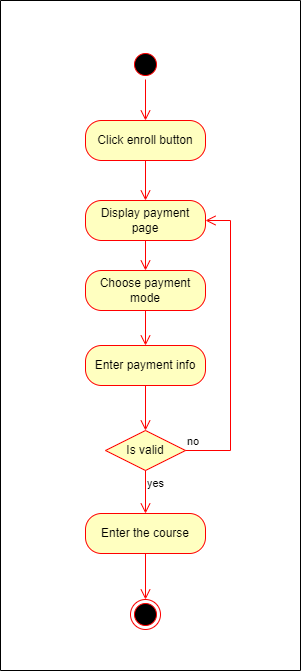
The draw.io diagram Materials/Activity Diagrams/AD_Enroll Course.png in iprosenjitp/Tech-School, before a commit. Source tidied: cells renumbered, new cells last; positions are measured from the earlier drawing's top-left corner, leaving out a move shared by most shapes. The source it was exported from:
```xml
<mxGraphModel background="#ffffff">
  <root>
    <mxCell id="0" />
    <mxCell id="1" parent="0" />
    <mxCell id="2" style="ellipse;html=1;shape=startState;fillColor=#000000;strokeColor=#ff0000;" parent="1" vertex="1">
      <mxGeometry x="130" y="49" width="30" height="30" as="geometry" />
    </mxCell>
    <mxCell id="3" style="edgeStyle=orthogonalEdgeStyle;html=1;verticalAlign=bottom;endArrow=open;endSize=8;strokeColor=#ff0000;rounded=0;" parent="1" edge="1" source="2">
      <mxGeometry relative="1" as="geometry">
        <mxPoint x="145" y="120" as="targetPoint" />
      </mxGeometry>
    </mxCell>
    <mxCell id="4" value="Click enroll button" style="rounded=1;whiteSpace=wrap;html=1;arcSize=40;fontColor=#000000;fillColor=#ffffc0;strokeColor=#ff0000;" parent="1" vertex="1">
      <mxGeometry x="85" y="120" width="120" height="40" as="geometry" />
    </mxCell>
    <mxCell id="5" style="edgeStyle=orthogonalEdgeStyle;html=1;verticalAlign=bottom;endArrow=open;endSize=8;strokeColor=#ff0000;rounded=0;" parent="1" edge="1" source="4" target="14">
      <mxGeometry relative="1" as="geometry" />
    </mxCell>
    <mxCell id="6" value="Choose payment mode" style="rounded=1;whiteSpace=wrap;html=1;arcSize=40;fontColor=#000000;fillColor=#ffffc0;strokeColor=#ff0000;" parent="1" vertex="1">
      <mxGeometry x="85" y="270" width="120" height="40" as="geometry" />
    </mxCell>
    <mxCell id="7" style="edgeStyle=orthogonalEdgeStyle;html=1;verticalAlign=bottom;endArrow=open;endSize=8;strokeColor=#ff0000;rounded=0;entryX=0.5;entryY=0;entryDx=0;entryDy=0;" parent="1" edge="1" source="6" target="8">
      <mxGeometry relative="1" as="geometry" />
    </mxCell>
    <mxCell id="8" value="Enter payment info" style="rounded=1;whiteSpace=wrap;html=1;arcSize=40;fontColor=#000000;fillColor=#ffffc0;strokeColor=#ff0000;" parent="1" vertex="1">
      <mxGeometry x="85" y="345" width="120" height="40" as="geometry" />
    </mxCell>
    <mxCell id="9" style="edgeStyle=orthogonalEdgeStyle;html=1;verticalAlign=bottom;endArrow=open;endSize=8;strokeColor=#ff0000;rounded=0;entryX=0.5;entryY=0;entryDx=0;entryDy=0;" parent="1" edge="1" source="8" target="10">
      <mxGeometry relative="1" as="geometry" />
    </mxCell>
    <mxCell id="10" value="Is valid" style="rhombus;whiteSpace=wrap;html=1;fontColor=#000000;fillColor=#ffffc0;strokeColor=#ff0000;" parent="1" vertex="1">
      <mxGeometry x="105" y="430" width="80" height="40" as="geometry" />
    </mxCell>
    <mxCell id="11" value="no" style="edgeStyle=orthogonalEdgeStyle;html=1;align=left;verticalAlign=bottom;endArrow=open;endSize=8;strokeColor=#ff0000;rounded=0;entryX=1;entryY=0.5;entryDx=0;entryDy=0;" parent="1" edge="1" source="10" target="14">
      <mxGeometry x="-1" relative="1" as="geometry">
        <Array as="points">
          <mxPoint x="230" y="450" />
          <mxPoint x="230" y="220" />
        </Array>
      </mxGeometry>
    </mxCell>
    <mxCell id="12" value="yes" style="edgeStyle=orthogonalEdgeStyle;html=1;align=left;verticalAlign=top;endArrow=open;endSize=8;strokeColor=#ff0000;rounded=0;entryX=0.5;entryY=0;entryDx=0;entryDy=0;" parent="1" edge="1" source="10" target="15">
      <mxGeometry x="-1" relative="1" as="geometry" />
    </mxCell>
    <mxCell id="13" style="edgeStyle=orthogonalEdgeStyle;rounded=0;jettySize=auto;html=1;entryX=0.5;entryY=0;entryDx=0;entryDy=0;endArrow=open;endFill=0;endSize=8;strokeColor=#FF0000;" parent="1" edge="1" source="14" target="6">
      <mxGeometry relative="1" as="geometry" />
    </mxCell>
    <mxCell id="14" value="Display payment page" style="rounded=1;whiteSpace=wrap;html=1;arcSize=40;fontColor=#000000;fillColor=#ffffc0;strokeColor=#ff0000;" parent="1" vertex="1">
      <mxGeometry x="85" y="200" width="120" height="40" as="geometry" />
    </mxCell>
    <mxCell id="15" value="Enter the course" style="rounded=1;whiteSpace=wrap;html=1;arcSize=40;fontColor=#000000;fillColor=#ffffc0;strokeColor=#ff0000;" parent="1" vertex="1">
      <mxGeometry x="85" y="513" width="120" height="40" as="geometry" />
    </mxCell>
    <mxCell id="16" style="edgeStyle=orthogonalEdgeStyle;html=1;verticalAlign=bottom;endArrow=open;endSize=8;strokeColor=#ff0000;rounded=0;entryX=0.5;entryY=0;entryDx=0;entryDy=0;" parent="1" edge="1" source="15" target="17">
      <mxGeometry relative="1" as="geometry" />
    </mxCell>
    <mxCell id="17" style="ellipse;html=1;shape=endState;fillColor=#000000;strokeColor=#ff0000;" parent="1" vertex="1">
      <mxGeometry x="130" y="599" width="30" height="30" as="geometry" />
    </mxCell>
    <mxCell id="18" style="swimlane;startSize=0;" parent="1" vertex="1">
      <mxGeometry width="300" height="670" as="geometry" />
    </mxCell>
  </root>
</mxGraphModel>
```
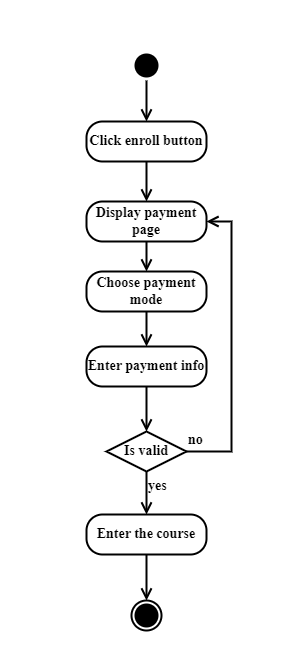
After the change.

Change to the diagram source:
```diff
@@ -2,36 +2,36 @@
   <root>
     <mxCell id="0" />
     <mxCell id="1" parent="0" />
-    <mxCell id="2" style="ellipse;html=1;shape=startState;fillColor=#000000;strokeColor=#ff0000;" parent="1" vertex="1">
+    <mxCell id="2" style="ellipse;html=1;shape=startState;fontSize=14;fontStyle=1;strokeWidth=2;fillColor=#000000;fontFamily=Times New Roman;" parent="1" vertex="1">
       <mxGeometry x="130" y="49" width="30" height="30" as="geometry" />
     </mxCell>
-    <mxCell id="3" style="edgeStyle=orthogonalEdgeStyle;html=1;verticalAlign=bottom;endArrow=open;endSize=8;strokeColor=#ff0000;rounded=0;" parent="1" edge="1" source="2">
+    <mxCell id="3" style="edgeStyle=orthogonalEdgeStyle;html=1;verticalAlign=bottom;endArrow=open;endSize=8;rounded=0;fontSize=14;fontStyle=1;strokeWidth=2;fontFamily=Times New Roman;" parent="1" edge="1" source="2">
       <mxGeometry relative="1" as="geometry">
         <mxPoint x="145" y="120" as="targetPoint" />
       </mxGeometry>
     </mxCell>
-    <mxCell id="4" value="Click enroll button" style="rounded=1;whiteSpace=wrap;html=1;arcSize=40;fontColor=#000000;fillColor=#ffffc0;strokeColor=#ff0000;" parent="1" vertex="1">
+    <mxCell id="4" value="Click enroll button" style="rounded=1;whiteSpace=wrap;html=1;arcSize=40;fontSize=14;fontStyle=1;strokeWidth=2;fontFamily=Times New Roman;" parent="1" vertex="1">
       <mxGeometry x="85" y="120" width="120" height="40" as="geometry" />
     </mxCell>
-    <mxCell id="5" style="edgeStyle=orthogonalEdgeStyle;html=1;verticalAlign=bottom;endArrow=open;endSize=8;strokeColor=#ff0000;rounded=0;" parent="1" edge="1" source="4" target="14">
+    <mxCell id="5" style="edgeStyle=orthogonalEdgeStyle;html=1;verticalAlign=bottom;endArrow=open;endSize=8;rounded=0;fontSize=14;fontStyle=1;strokeWidth=2;fontFamily=Times New Roman;" parent="1" edge="1" source="4" target="14">
       <mxGeometry relative="1" as="geometry" />
     </mxCell>
-    <mxCell id="6" value="Choose payment mode" style="rounded=1;whiteSpace=wrap;html=1;arcSize=40;fontColor=#000000;fillColor=#ffffc0;strokeColor=#ff0000;" parent="1" vertex="1">
+    <mxCell id="6" value="Choose payment mode" style="rounded=1;whiteSpace=wrap;html=1;arcSize=40;fontSize=14;fontStyle=1;strokeWidth=2;fontFamily=Times New Roman;" parent="1" vertex="1">
       <mxGeometry x="85" y="270" width="120" height="40" as="geometry" />
     </mxCell>
-    <mxCell id="7" style="edgeStyle=orthogonalEdgeStyle;html=1;verticalAlign=bottom;endArrow=open;endSize=8;strokeColor=#ff0000;rounded=0;entryX=0.5;entryY=0;entryDx=0;entryDy=0;" parent="1" edge="1" source="6" target="8">
+    <mxCell id="7" style="edgeStyle=orthogonalEdgeStyle;html=1;verticalAlign=bottom;endArrow=open;endSize=8;rounded=0;entryX=0.5;entryY=0;entryDx=0;entryDy=0;fontSize=14;fontStyle=1;strokeWidth=2;fontFamily=Times New Roman;" parent="1" edge="1" source="6" target="8">
       <mxGeometry relative="1" as="geometry" />
     </mxCell>
-    <mxCell id="8" value="Enter payment info" style="rounded=1;whiteSpace=wrap;html=1;arcSize=40;fontColor=#000000;fillColor=#ffffc0;strokeColor=#ff0000;" parent="1" vertex="1">
+    <mxCell id="8" value="Enter payment info" style="rounded=1;whiteSpace=wrap;html=1;arcSize=40;fontSize=14;fontStyle=1;strokeWidth=2;fontFamily=Times New Roman;" parent="1" vertex="1">
       <mxGeometry x="85" y="345" width="120" height="40" as="geometry" />
     </mxCell>
-    <mxCell id="9" style="edgeStyle=orthogonalEdgeStyle;html=1;verticalAlign=bottom;endArrow=open;endSize=8;strokeColor=#ff0000;rounded=0;entryX=0.5;entryY=0;entryDx=0;entryDy=0;" parent="1" edge="1" source="8" target="10">
+    <mxCell id="9" style="edgeStyle=orthogonalEdgeStyle;html=1;verticalAlign=bottom;endArrow=open;endSize=8;rounded=0;entryX=0.5;entryY=0;entryDx=0;entryDy=0;fontSize=14;fontStyle=1;strokeWidth=2;fontFamily=Times New Roman;" parent="1" edge="1" source="8" target="10">
       <mxGeometry relative="1" as="geometry" />
     </mxCell>
-    <mxCell id="10" value="Is valid" style="rhombus;whiteSpace=wrap;html=1;fontColor=#000000;fillColor=#ffffc0;strokeColor=#ff0000;" parent="1" vertex="1">
+    <mxCell id="10" value="Is valid" style="rhombus;whiteSpace=wrap;html=1;fontSize=14;fontStyle=1;strokeWidth=2;fontFamily=Times New Roman;" parent="1" vertex="1">
       <mxGeometry x="105" y="430" width="80" height="40" as="geometry" />
     </mxCell>
-    <mxCell id="11" value="no" style="edgeStyle=orthogonalEdgeStyle;html=1;align=left;verticalAlign=bottom;endArrow=open;endSize=8;strokeColor=#ff0000;rounded=0;entryX=1;entryY=0.5;entryDx=0;entryDy=0;" parent="1" edge="1" source="10" target="14">
+    <mxCell id="11" value="no" style="edgeStyle=orthogonalEdgeStyle;html=1;align=left;verticalAlign=bottom;endArrow=open;endSize=8;rounded=0;entryX=1;entryY=0.5;entryDx=0;entryDy=0;fontSize=14;fontStyle=1;strokeWidth=2;fontFamily=Times New Roman;" parent="1" edge="1" source="10" target="14">
       <mxGeometry x="-1" relative="1" as="geometry">
         <Array as="points">
           <mxPoint x="230" y="450" />
@@ -39,25 +39,25 @@
         </Array>
       </mxGeometry>
     </mxCell>
-    <mxCell id="12" value="yes" style="edgeStyle=orthogonalEdgeStyle;html=1;align=left;verticalAlign=top;endArrow=open;endSize=8;strokeColor=#ff0000;rounded=0;entryX=0.5;entryY=0;entryDx=0;entryDy=0;" parent="1" edge="1" source="10" target="15">
+    <mxCell id="12" value="yes" style="edgeStyle=orthogonalEdgeStyle;html=1;align=left;verticalAlign=top;endArrow=open;endSize=8;rounded=0;entryX=0.5;entryY=0;entryDx=0;entryDy=0;fontSize=14;fontStyle=1;strokeWidth=2;fontFamily=Times New Roman;" parent="1" edge="1" source="10" target="15">
       <mxGeometry x="-1" relative="1" as="geometry" />
     </mxCell>
-    <mxCell id="13" style="edgeStyle=orthogonalEdgeStyle;rounded=0;jettySize=auto;html=1;entryX=0.5;entryY=0;entryDx=0;entryDy=0;endArrow=open;endFill=0;endSize=8;strokeColor=#FF0000;" parent="1" edge="1" source="14" target="6">
+    <mxCell id="13" style="edgeStyle=orthogonalEdgeStyle;rounded=0;jettySize=auto;html=1;entryX=0.5;entryY=0;entryDx=0;entryDy=0;endArrow=open;endFill=0;endSize=8;fontSize=14;fontStyle=1;strokeWidth=2;fontFamily=Times New Roman;" parent="1" edge="1" source="14" target="6">
       <mxGeometry relative="1" as="geometry" />
     </mxCell>
-    <mxCell id="14" value="Display payment page" style="rounded=1;whiteSpace=wrap;html=1;arcSize=40;fontColor=#000000;fillColor=#ffffc0;strokeColor=#ff0000;" parent="1" vertex="1">
+    <mxCell id="14" value="Display payment page" style="rounded=1;whiteSpace=wrap;html=1;arcSize=40;fontSize=14;fontStyle=1;strokeWidth=2;fontFamily=Times New Roman;" parent="1" vertex="1">
       <mxGeometry x="85" y="200" width="120" height="40" as="geometry" />
     </mxCell>
-    <mxCell id="15" value="Enter the course" style="rounded=1;whiteSpace=wrap;html=1;arcSize=40;fontColor=#000000;fillColor=#ffffc0;strokeColor=#ff0000;" parent="1" vertex="1">
+    <mxCell id="15" value="Enter the course" style="rounded=1;whiteSpace=wrap;html=1;arcSize=40;fontSize=14;fontStyle=1;strokeWidth=2;fontFamily=Times New Roman;" parent="1" vertex="1">
       <mxGeometry x="85" y="513" width="120" height="40" as="geometry" />
     </mxCell>
-    <mxCell id="16" style="edgeStyle=orthogonalEdgeStyle;html=1;verticalAlign=bottom;endArrow=open;endSize=8;strokeColor=#ff0000;rounded=0;entryX=0.5;entryY=0;entryDx=0;entryDy=0;" parent="1" edge="1" source="15" target="17">
+    <mxCell id="16" style="edgeStyle=orthogonalEdgeStyle;html=1;verticalAlign=bottom;endArrow=open;endSize=8;rounded=0;entryX=0.5;entryY=0;entryDx=0;entryDy=0;fontSize=14;fontStyle=1;strokeWidth=2;fontFamily=Times New Roman;" parent="1" edge="1" source="15" target="17">
       <mxGeometry relative="1" as="geometry" />
     </mxCell>
-    <mxCell id="17" style="ellipse;html=1;shape=endState;fillColor=#000000;strokeColor=#ff0000;" parent="1" vertex="1">
+    <mxCell id="17" style="ellipse;html=1;shape=endState;fontSize=14;fontStyle=1;strokeWidth=2;fillColor=#000000;fontFamily=Times New Roman;" parent="1" vertex="1">
       <mxGeometry x="130" y="599" width="30" height="30" as="geometry" />
     </mxCell>
-    <mxCell id="18" style="swimlane;startSize=0;" parent="1" vertex="1">
+    <mxCell id="18" style="swimlane;startSize=0;fontSize=14;fontStyle=1;strokeWidth=2;strokeColor=#FFFFFF;fontFamily=Times New Roman;" parent="1" vertex="1">
       <mxGeometry width="300" height="670" as="geometry" />
     </mxCell>
   </root>
```
